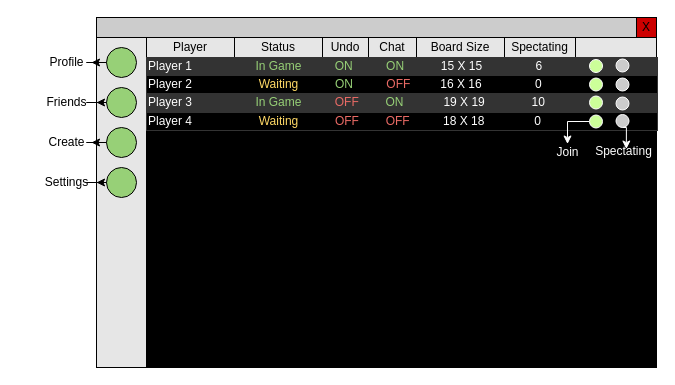
Above: doc/img/UI/drawio/home.drawio in ZhihengChang/Gomoku (draw.io), before the change. Source tidied: cells renumbered, new cells numbered last; positions are measured from the earlier drawing's top-left corner, leaving out a move shared by most shapes. Both pictures are drawn from the tidied source at 100%, with x=0, y=0 at pixel (36, 17).
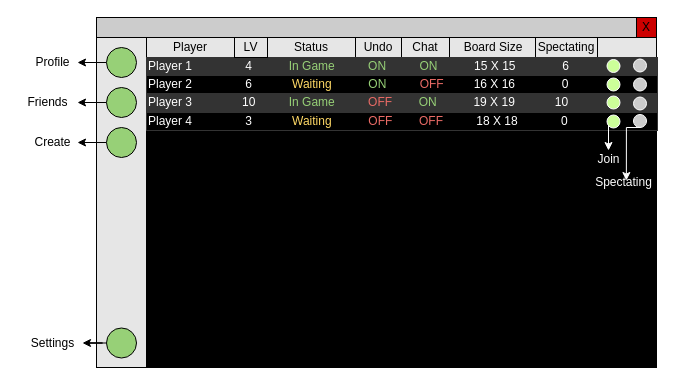
The same diagram, later.

Diff of the diagram source:
```diff
@@
     <mxCell id="14" style="ellipse;whiteSpace=wrap;html=1;fillColor=#97D077;" parent="1" vertex="1">
-      <mxGeometry x="70" y="150" width="30" height="30" as="geometry" />
+      <mxGeometry x="70" y="310.5" width="30" height="30" as="geometry" />
     </mxCell>
     <mxCell id="15" value="Profile" style="text;html=1;align=center;verticalAlign=middle;points=[];fillColor=none;strokeColor=none;rounded=0;" parent="1" vertex="1">
-      <mxGeometry x="5" y="35" width="50" height="20" as="geometry" />
+      <mxGeometry x="-9" y="35" width="50" height="20" as="geometry" />
     </mxCell>
     <mxCell id="16" value="Friends" style="text;html=1;align=center;verticalAlign=middle;points=[];fillColor=none;strokeColor=none;rounded=0;" parent="1" vertex="1">
-      <mxGeometry y="75" width="60" height="20" as="geometry" />
+      <mxGeometry x="-19" y="75" width="60" height="20" as="geometry" />
     </mxCell>
     <mxCell id="17" value="Create" style="text;html=1;align=center;verticalAlign=middle;points=[];fillColor=none;strokeColor=none;rounded=0;" parent="1" vertex="1">
-      <mxGeometry x="5" y="115" width="50" height="20" as="geometry" />
+      <mxGeometry x="-9" y="115" width="50" height="20" as="geometry" />
     </mxCell>
     <mxCell id="18" value="Settings" style="text;html=1;align=center;verticalAlign=middle;points=[];fillColor=none;strokeColor=none;rounded=0;" parent="1" vertex="1">
-      <mxGeometry y="155" width="60" height="20" as="geometry" />
+      <mxGeometry x="-14" y="315.5" width="60" height="20" as="geometry" />
     </mxCell>
@@
     <mxCell id="22" value="Undo" style="rounded=0;whiteSpace=wrap;html=1;fillColor=#E6E6E6;strokeColor=#000000;" parent="1" vertex="1">
-      <mxGeometry x="286" y="20" width="46" height="20" as="geometry" />
+      <mxGeometry x="319" y="20" width="46" height="20" as="geometry" />
     </mxCell>
     <mxCell id="23" value="Status" style="rounded=0;whiteSpace=wrap;html=1;fillColor=#E6E6E6;strokeColor=#000000;" parent="1" vertex="1">
-      <mxGeometry x="198" y="20" width="88" height="20" as="geometry" />
+      <mxGeometry x="231" y="20" width="88" height="20" as="geometry" />
     </mxCell>
     <mxCell id="24" value="Chat" style="rounded=0;whiteSpace=wrap;html=1;fillColor=#E6E6E6;strokeColor=#000000;" parent="1" vertex="1">
-      <mxGeometry x="332" y="20" width="48" height="20" as="geometry" />
+      <mxGeometry x="365" y="20" width="48" height="20" as="geometry" />
     </mxCell>
     <mxCell id="25" value="Board Size" style="rounded=0;whiteSpace=wrap;html=1;fillColor=#E6E6E6;strokeColor=#000000;" parent="1" vertex="1">
-      <mxGeometry x="380" y="20" width="88" height="20" as="geometry" />
+      <mxGeometry x="413" y="20" width="88" height="20" as="geometry" />
     </mxCell>
     <mxCell id="26" value="Spectating" style="rounded=0;whiteSpace=wrap;html=1;fillColor=#E6E6E6;strokeColor=#000000;" parent="1" vertex="1">
-      <mxGeometry x="468" y="20" width="71" height="20" as="geometry" />
+      <mxGeometry x="499" y="20" width="62" height="20" as="geometry" />
     </mxCell>
     <mxCell id="27" style="rounded=0;whiteSpace=wrap;html=1;fillColor=#E6E6E6;strokeColor=#000000;" parent="1" vertex="1">
-      <mxGeometry x="539" y="20" width="81" height="20" as="geometry" />
+      <mxGeometry x="561" y="20" width="59" height="20" as="geometry" />
     </mxCell>
-    <mxCell id="28" value="&lt;font color=&quot;#ffffff&quot;&gt;Player 1&amp;nbsp; &amp;nbsp; &amp;nbsp; &amp;nbsp; &amp;nbsp; &amp;nbsp; &amp;nbsp; &amp;nbsp; &amp;nbsp; &amp;nbsp;&lt;/font&gt;&lt;font color=&quot;#97d077&quot;&gt;In Game&lt;/font&gt;&lt;font color=&quot;#ffffff&quot;&gt;&amp;nbsp; &amp;nbsp; &amp;nbsp; &amp;nbsp; &amp;nbsp; &lt;/font&gt;&lt;font color=&quot;#97d077&quot;&gt;ON&amp;nbsp; &amp;nbsp; &amp;nbsp; &amp;nbsp; &amp;nbsp; ON&amp;nbsp;&lt;/font&gt;&lt;font color=&quot;#ffffff&quot;&gt; &amp;nbsp; &amp;nbsp; &amp;nbsp; &amp;nbsp; &amp;nbsp;15 X 15&amp;nbsp; &amp;nbsp; &amp;nbsp; &amp;nbsp; &amp;nbsp; &amp;nbsp; &amp;nbsp; &amp;nbsp; 6&lt;/font&gt;" style="rounded=0;whiteSpace=wrap;html=1;strokeColor=#333333;fillColor=#333333;align=left;" parent="1" vertex="1">
+    <mxCell id="28" value="&lt;font color=&quot;#ffffff&quot;&gt;Player 1&amp;nbsp; &amp;nbsp; &amp;nbsp; &amp;nbsp; &amp;nbsp; &amp;nbsp; &amp;nbsp; &amp;nbsp; 4&amp;nbsp; &amp;nbsp; &amp;nbsp; &amp;nbsp; &amp;nbsp; &amp;nbsp;&lt;/font&gt;&lt;font color=&quot;#97d077&quot;&gt;In Game&lt;/font&gt;&lt;font color=&quot;#ffffff&quot;&gt;&amp;nbsp; &amp;nbsp; &amp;nbsp; &amp;nbsp; &amp;nbsp; &lt;/font&gt;&lt;font color=&quot;#97d077&quot;&gt;ON&amp;nbsp; &amp;nbsp; &amp;nbsp; &amp;nbsp; &amp;nbsp; ON&amp;nbsp;&lt;/font&gt;&lt;font color=&quot;#ffffff&quot;&gt; &amp;nbsp; &amp;nbsp; &amp;nbsp; &amp;nbsp; &amp;nbsp;15 X 15&amp;nbsp; &amp;nbsp; &amp;nbsp; &amp;nbsp; &amp;nbsp; &amp;nbsp; &amp;nbsp; 6&lt;/font&gt;" style="rounded=0;whiteSpace=wrap;html=1;strokeColor=#333333;fillColor=#333333;align=left;" parent="1" vertex="1">
       <mxGeometry x="110" y="40" width="511" height="18" as="geometry" />
     </mxCell>
-    <mxCell id="29" value="&lt;span style=&quot;color: rgb(255 , 255 , 255) ; white-space: normal&quot;&gt;Player 2&amp;nbsp; &amp;nbsp; &amp;nbsp; &amp;nbsp; &amp;nbsp; &amp;nbsp; &amp;nbsp; &amp;nbsp; &amp;nbsp; &amp;nbsp; &lt;/span&gt;&lt;span style=&quot;white-space: normal&quot;&gt;&lt;font color=&quot;#ffd966&quot;&gt;Waiting&lt;/font&gt;&lt;/span&gt;&lt;span style=&quot;color: rgb(255 , 255 , 255) ; white-space: normal&quot;&gt;&amp;nbsp; &amp;nbsp; &amp;nbsp; &amp;nbsp; &amp;nbsp; &amp;nbsp;&lt;/span&gt;&lt;span style=&quot;white-space: normal&quot;&gt;&lt;font color=&quot;#97d077&quot;&gt;ON&lt;/font&gt;&lt;/span&gt;&lt;span style=&quot;color: rgb(255 , 255 , 255) ; white-space: normal&quot;&gt;&amp;nbsp; &amp;nbsp; &amp;nbsp; &amp;nbsp; &amp;nbsp; &lt;/span&gt;&lt;span style=&quot;white-space: normal&quot;&gt;&lt;font color=&quot;#ea6b66&quot;&gt;OFF&lt;/font&gt;&lt;/span&gt;&lt;span style=&quot;color: rgb(255 , 255 , 255) ; white-space: normal&quot;&gt;&amp;nbsp; &amp;nbsp; &amp;nbsp; &amp;nbsp; &amp;nbsp;16 X 16&amp;nbsp; &amp;nbsp; &amp;nbsp; &amp;nbsp; &amp;nbsp; &amp;nbsp; &amp;nbsp; &amp;nbsp; 0&lt;/span&gt;" style="rounded=0;whiteSpace=wrap;html=1;strokeColor=#333333;fillColor=#000000;align=left;" parent="1" vertex="1">
+    <mxCell id="29" value="&lt;span style=&quot;color: rgb(255 , 255 , 255) ; white-space: normal&quot;&gt;Player 2&amp;nbsp; &amp;nbsp; &amp;nbsp; &amp;nbsp; &amp;nbsp; &amp;nbsp; &amp;nbsp; &amp;nbsp; 6&amp;nbsp; &amp;nbsp; &amp;nbsp; &amp;nbsp; &amp;nbsp; &amp;nbsp;&amp;nbsp;&lt;/span&gt;&lt;span style=&quot;white-space: normal&quot;&gt;&lt;font color=&quot;#ffd966&quot;&gt;Waiting&lt;/font&gt;&lt;/span&gt;&lt;span style=&quot;color: rgb(255 , 255 , 255) ; white-space: normal&quot;&gt;&amp;nbsp; &amp;nbsp; &amp;nbsp; &amp;nbsp; &amp;nbsp; &amp;nbsp;&lt;/span&gt;&lt;span style=&quot;white-space: normal&quot;&gt;&lt;font color=&quot;#97d077&quot;&gt;ON&lt;/font&gt;&lt;/span&gt;&lt;span style=&quot;color: rgb(255 , 255 , 255) ; white-space: normal&quot;&gt;&amp;nbsp; &amp;nbsp; &amp;nbsp; &amp;nbsp; &amp;nbsp; &lt;/span&gt;&lt;span style=&quot;white-space: normal&quot;&gt;&lt;font color=&quot;#ea6b66&quot;&gt;OFF&lt;/font&gt;&lt;/span&gt;&lt;span style=&quot;color: rgb(255 , 255 , 255) ; white-space: normal&quot;&gt;&amp;nbsp; &amp;nbsp; &amp;nbsp; &amp;nbsp; &amp;nbsp;16 X 16&amp;nbsp; &amp;nbsp; &amp;nbsp; &amp;nbsp; &amp;nbsp; &amp;nbsp; &amp;nbsp; 0&lt;/span&gt;" style="rounded=0;whiteSpace=wrap;html=1;strokeColor=#333333;fillColor=#000000;align=left;" parent="1" vertex="1">
       <mxGeometry x="110" y="58" width="511" height="18" as="geometry" />
     </mxCell>
-    <mxCell id="30" value="&lt;span style=&quot;color: rgb(255 , 255 , 255) ; white-space: normal&quot;&gt;Player 3&amp;nbsp; &amp;nbsp; &amp;nbsp; &amp;nbsp; &amp;nbsp; &amp;nbsp; &amp;nbsp; &amp;nbsp; &amp;nbsp; &amp;nbsp;&lt;/span&gt;&lt;span style=&quot;white-space: normal&quot;&gt;&lt;font color=&quot;#97d077&quot;&gt;In Game&lt;/font&gt;&lt;/span&gt;&lt;span style=&quot;color: rgb(255 , 255 , 255) ; white-space: normal&quot;&gt;&amp;nbsp; &amp;nbsp; &amp;nbsp; &amp;nbsp; &amp;nbsp; &lt;/span&gt;&lt;span style=&quot;white-space: normal&quot;&gt;&lt;font color=&quot;#ea6b66&quot;&gt;OFF&amp;nbsp;&lt;/font&gt;&lt;/span&gt;&lt;span style=&quot;color: rgb(255 , 255 , 255) ; white-space: normal&quot;&gt; &amp;nbsp; &amp;nbsp; &amp;nbsp; &lt;/span&gt;&lt;span style=&quot;white-space: normal&quot;&gt;&lt;font color=&quot;#97d077&quot;&gt;ON&lt;/font&gt;&lt;/span&gt;&lt;span style=&quot;color: rgb(255 , 255 , 255) ; white-space: normal&quot;&gt;&amp;nbsp; &amp;nbsp; &amp;nbsp; &amp;nbsp; &amp;nbsp; &amp;nbsp; 19 X 19&amp;nbsp; &amp;nbsp; &amp;nbsp; &amp;nbsp; &amp;nbsp; &amp;nbsp; &amp;nbsp; 10&lt;/span&gt;" style="rounded=0;whiteSpace=wrap;html=1;strokeColor=#333333;fillColor=#333333;align=left;" parent="1" vertex="1">
+    <mxCell id="30" value="&lt;span style=&quot;color: rgb(255 , 255 , 255) ; white-space: normal&quot;&gt;Player 3&amp;nbsp; &amp;nbsp; &amp;nbsp; &amp;nbsp; &amp;nbsp; &amp;nbsp; &amp;nbsp; &amp;nbsp;10&amp;nbsp; &amp;nbsp; &amp;nbsp; &amp;nbsp; &amp;nbsp; &lt;/span&gt;&lt;span style=&quot;white-space: normal&quot;&gt;&lt;font color=&quot;#97d077&quot;&gt;In Game&lt;/font&gt;&lt;/span&gt;&lt;span style=&quot;color: rgb(255 , 255 , 255) ; white-space: normal&quot;&gt;&amp;nbsp; &amp;nbsp; &amp;nbsp; &amp;nbsp; &amp;nbsp; &lt;/span&gt;&lt;span style=&quot;white-space: normal&quot;&gt;&lt;font color=&quot;#ea6b66&quot;&gt;OFF&amp;nbsp;&lt;/font&gt;&lt;/span&gt;&lt;span style=&quot;color: rgb(255 , 255 , 255) ; white-space: normal&quot;&gt; &amp;nbsp; &amp;nbsp; &amp;nbsp; &lt;/span&gt;&lt;span style=&quot;white-space: normal&quot;&gt;&lt;font color=&quot;#97d077&quot;&gt;ON&lt;/font&gt;&lt;/span&gt;&lt;span style=&quot;color: rgb(255 , 255 , 255) ; white-space: normal&quot;&gt;&amp;nbsp; &amp;nbsp; &amp;nbsp; &amp;nbsp; &amp;nbsp; &amp;nbsp;19 X 19&amp;nbsp; &amp;nbsp; &amp;nbsp; &amp;nbsp; &amp;nbsp; &amp;nbsp; 10&lt;/span&gt;" style="rounded=0;whiteSpace=wrap;html=1;strokeColor=#333333;fillColor=#333333;align=left;" parent="1" vertex="1">
       <mxGeometry x="110" y="76" width="511" height="18" as="geometry" />
     </mxCell>
-    <mxCell id="31" value="&lt;span style=&quot;color: rgb(255 , 255 , 255) ; white-space: normal&quot;&gt;Player 4&amp;nbsp; &amp;nbsp; &amp;nbsp; &amp;nbsp; &amp;nbsp; &amp;nbsp; &amp;nbsp; &amp;nbsp; &amp;nbsp; &amp;nbsp; &lt;/span&gt;&lt;span style=&quot;white-space: normal&quot;&gt;&lt;font color=&quot;#ffd966&quot;&gt;Waiting&amp;nbsp;&lt;/font&gt;&lt;/span&gt;&lt;span style=&quot;color: rgb(255 , 255 , 255) ; white-space: normal&quot;&gt; &amp;nbsp; &amp;nbsp; &amp;nbsp; &amp;nbsp; &lt;/span&gt;&lt;span style=&quot;white-space: normal&quot;&gt;&lt;font color=&quot;#ea6b66&quot;&gt;&amp;nbsp;OFF&amp;nbsp; &amp;nbsp; &amp;nbsp; &amp;nbsp; OFF&lt;/font&gt;&lt;/span&gt;&lt;span style=&quot;color: rgb(255 , 255 , 255) ; white-space: normal&quot;&gt;&amp;nbsp; &amp;nbsp; &amp;nbsp; &amp;nbsp; &amp;nbsp; 18 X 18&amp;nbsp; &amp;nbsp; &amp;nbsp; &amp;nbsp; &amp;nbsp; &amp;nbsp; &amp;nbsp; &amp;nbsp;0&lt;/span&gt;" style="rounded=0;whiteSpace=wrap;html=1;strokeColor=#333333;fillColor=#000000;align=left;" parent="1" vertex="1">
+    <mxCell id="31" value="&lt;span style=&quot;color: rgb(255 , 255 , 255) ; white-space: normal&quot;&gt;Player 4&amp;nbsp; &amp;nbsp; &amp;nbsp; &amp;nbsp; &amp;nbsp; &amp;nbsp; &amp;nbsp; &amp;nbsp; 3&amp;nbsp; &amp;nbsp; &amp;nbsp; &amp;nbsp; &amp;nbsp; &amp;nbsp;&amp;nbsp;&lt;/span&gt;&lt;span style=&quot;white-space: normal&quot;&gt;&lt;font color=&quot;#ffd966&quot;&gt;Waiting&amp;nbsp;&lt;/font&gt;&lt;/span&gt;&lt;span style=&quot;color: rgb(255 , 255 , 255) ; white-space: normal&quot;&gt; &amp;nbsp; &amp;nbsp; &amp;nbsp; &amp;nbsp; &lt;/span&gt;&lt;span style=&quot;white-space: normal&quot;&gt;&lt;font color=&quot;#ea6b66&quot;&gt;&amp;nbsp;OFF&amp;nbsp; &amp;nbsp; &amp;nbsp; &amp;nbsp; OFF&lt;/font&gt;&lt;/span&gt;&lt;span style=&quot;color: rgb(255 , 255 , 255) ; white-space: normal&quot;&gt;&amp;nbsp; &amp;nbsp; &amp;nbsp; &amp;nbsp; &amp;nbsp; 18 X 18&amp;nbsp; &amp;nbsp; &amp;nbsp; &amp;nbsp; &amp;nbsp; &amp;nbsp; &amp;nbsp;0&lt;/span&gt;" style="rounded=0;whiteSpace=wrap;html=1;strokeColor=#333333;fillColor=#000000;align=left;" parent="1" vertex="1">
       <mxGeometry x="110" y="95" width="511" height="18" as="geometry" />
     </mxCell>
     <mxCell id="32" style="ellipse;whiteSpace=wrap;html=1;strokeColor=#FFFFFF;fillColor=#CCFF99;" parent="1" vertex="1">
-      <mxGeometry x="553" y="78.5" width="13" height="13" as="geometry" />
+      <mxGeometry x="570.5" y="78.5" width="13" height="13" as="geometry" />
     </mxCell>
     <mxCell id="33" style="ellipse;whiteSpace=wrap;html=1;strokeColor=#FFFFFF;fillColor=#CCFF99;" parent="1" vertex="1">
-      <mxGeometry x="553" y="60.5" width="13" height="13" as="geometry" />
+      <mxGeometry x="570.5" y="60.5" width="13" height="13" as="geometry" />
     </mxCell>
     <mxCell id="34" style="ellipse;whiteSpace=wrap;html=1;strokeColor=#FFFFFF;fillColor=#CCFF99;" parent="1" vertex="1">
-      <mxGeometry x="553" y="42" width="13" height="13" as="geometry" />
+      <mxGeometry x="570.5" y="42" width="13" height="13" as="geometry" />
     </mxCell>
     <mxCell id="35" style="edgeStyle=orthogonalEdgeStyle;rounded=0;jettySize=auto;html=1;exitX=0;exitY=0.5;exitDx=0;exitDy=0;strokeColor=#FFFFFF;" parent="1" edge="1" source="36" target="42">
-      <mxGeometry relative="1" as="geometry" />
+      <mxGeometry relative="1" as="geometry">
+        <Array as="points">
+          <mxPoint x="572" y="104" />
+        </Array>
+      </mxGeometry>
     </mxCell>
     <mxCell id="36" style="ellipse;whiteSpace=wrap;html=1;strokeColor=#FFFFFF;fillColor=#CCFF99;" parent="1" vertex="1">
-      <mxGeometry x="553" y="97.5" width="13" height="13" as="geometry" />
+      <mxGeometry x="570.5" y="97.5" width="13" height="13" as="geometry" />
     </mxCell>
     <mxCell id="37" style="ellipse;whiteSpace=wrap;html=1;strokeColor=#FFFFFF;fillColor=#CCCCCC;" parent="1" vertex="1">
-      <mxGeometry x="579.5" y="41.5" width="13" height="13" as="geometry" />
+      <mxGeometry x="597" y="41.5" width="13" height="13" as="geometry" />
     </mxCell>
     <mxCell id="38" style="ellipse;whiteSpace=wrap;html=1;strokeColor=#FFFFFF;fillColor=#CCCCCC;" parent="1" vertex="1">
-      <mxGeometry x="579.5" y="60.5" width="13" height="13" as="geometry" />
+      <mxGeometry x="597" y="60.5" width="13" height="13" as="geometry" />
     </mxCell>
     <mxCell id="39" style="ellipse;whiteSpace=wrap;html=1;strokeColor=#FFFFFF;fillColor=#CCCCCC;" parent="1" vertex="1">
-      <mxGeometry x="579.5" y="79.5" width="13" height="13" as="geometry" />
+      <mxGeometry x="597" y="79.5" width="13" height="13" as="geometry" />
     </mxCell>
     <mxCell id="40" style="edgeStyle=orthogonalEdgeStyle;rounded=0;jettySize=auto;html=1;exitX=0.5;exitY=1;exitDx=0;exitDy=0;entryX=0.55;entryY=0.383;entryDx=0;entryDy=0;entryPerimeter=0;strokeColor=#FFFFFF;" parent="1" edge="1" source="41" target="43">
-      <mxGeometry relative="1" as="geometry" />
+      <mxGeometry relative="1" as="geometry">
+        <Array as="points">
+          <mxPoint x="590" y="110" />
+        </Array>
+      </mxGeometry>
     </mxCell>
     <mxCell id="41" style="ellipse;whiteSpace=wrap;html=1;strokeColor=#FFFFFF;fillColor=#CCCCCC;" parent="1" vertex="1">
-      <mxGeometry x="579.5" y="97" width="13" height="13" as="geometry" />
+      <mxGeometry x="597" y="97" width="13" height="13" as="geometry" />
     </mxCell>
     <mxCell id="42" value="&lt;font color=&quot;#ffffff&quot;&gt;Join&lt;/font&gt;" style="text;html=1;align=center;verticalAlign=middle;points=[];fillColor=none;strokeColor=none;rounded=0;" parent="1" vertex="1">
-      <mxGeometry x="515" y="126.5" width="32" height="17" as="geometry" />
+      <mxGeometry x="556" y="133" width="32" height="17" as="geometry" />
     </mxCell>
     <mxCell id="43" value="&lt;font color=&quot;#ffffff&quot;&gt;Spectating&lt;/font&gt;" style="text;html=1;align=center;verticalAlign=middle;points=[];fillColor=none;strokeColor=none;rounded=0;" parent="1" vertex="1">
-      <mxGeometry x="553" y="125" width="67" height="17" as="geometry" />
+      <mxGeometry x="553" y="156.5" width="67" height="17" as="geometry" />
     </mxCell>
+    <mxCell id="44" value="LV" style="rounded=0;whiteSpace=wrap;html=1;fillColor=#E6E6E6;strokeColor=#000000;" parent="1" vertex="1">
+      <mxGeometry x="198" y="20" width="33" height="20" as="geometry" />
+    </mxCell>
```
